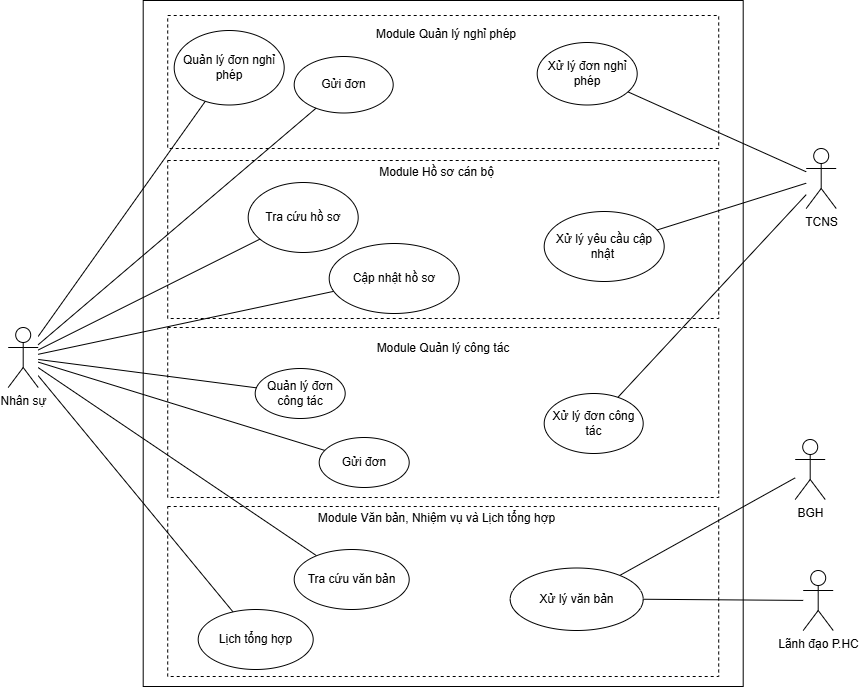
This is image/usecase/UC-TQ.drawio.png from xchinh/Report-DATN, a draw.io export, as it was before one commit. Source tidied: cells renumbered, new cells last; positions are measured from the earlier drawing's top-left corner, leaving out a move shared by most shapes. Its diagram source:
```xml
<mxGraphModel>
  <root>
    <mxCell id="0" />
    <mxCell id="1" parent="0" />
    <mxCell id="2" style="rounded=0;whiteSpace=wrap;html=1;" parent="1" vertex="1">
      <mxGeometry x="135" width="600" height="686" as="geometry" />
    </mxCell>
    <mxCell id="3" value="TCNS" style="shape=umlActor;verticalLabelPosition=bottom;verticalAlign=top;html=1;" parent="1" vertex="1">
      <mxGeometry x="798" y="148" width="30" height="60" as="geometry" />
    </mxCell>
    <mxCell id="4" value="BGH" style="shape=umlActor;verticalLabelPosition=bottom;verticalAlign=top;html=1;outlineConnect=0;" parent="1" vertex="1">
      <mxGeometry x="787" y="439" width="30" height="60" as="geometry" />
    </mxCell>
    <mxCell id="5" value="Module Hồ sơ cán bộ" style="text;align=center;verticalAlign=middle;spacingLeft=3;spacingRight=3;html=1;" parent="1" vertex="1">
      <mxGeometry x="315" y="160" width="227" height="23" as="geometry" />
    </mxCell>
    <mxCell id="6" value="Module Văn bản, Nhiệm vụ và Lịch tổng hợp" style="text;html=1;align=center;verticalAlign=middle;" parent="1" vertex="1">
      <mxGeometry x="301" y="505" width="255" height="26" as="geometry" />
    </mxCell>
    <mxCell id="7" style="rounded=0;whiteSpace=wrap;html=1;fillColor=none;dashed=1;" parent="1" vertex="1">
      <mxGeometry x="159.5" y="15" width="551" height="133" as="geometry" />
    </mxCell>
    <mxCell id="8" value="Nhân sự" style="shape=umlActor;verticalLabelPosition=bottom;verticalAlign=top;html=1;outlineConnect=0;" parent="1" vertex="1">
      <mxGeometry y="327" width="30" height="60" as="geometry" />
    </mxCell>
    <mxCell id="9" value="Module Quản lý công tác" style="text;html=1;align=center;verticalAlign=middle;whiteSpace=wrap;rounded=0;" parent="1" vertex="1">
      <mxGeometry x="325" y="333" width="220" height="30" as="geometry" />
    </mxCell>
    <mxCell id="10" value="Xử lý đơn nghỉ phép" style="ellipse;whiteSpace=wrap;html=1;" parent="1" vertex="1">
      <mxGeometry x="529" y="42" width="100" height="62.5" as="geometry" />
    </mxCell>
    <mxCell id="11" value="Gửi đơn" style="ellipse;whiteSpace=wrap;html=1;" parent="1" vertex="1">
      <mxGeometry x="286" y="56" width="99" height="56.5" as="geometry" />
    </mxCell>
    <mxCell id="12" value="Quản lý đơn nghỉ phép" style="ellipse;whiteSpace=wrap;html=1;" parent="1" vertex="1">
      <mxGeometry x="166" y="30" width="110" height="74.5" as="geometry" />
    </mxCell>
    <mxCell id="13" value="Xử lý đơn công tác" style="ellipse;whiteSpace=wrap;html=1;" parent="1" vertex="1">
      <mxGeometry x="536" y="393" width="99" height="60" as="geometry" />
    </mxCell>
    <mxCell id="14" value="Quản lý đơn công tác" style="ellipse;whiteSpace=wrap;html=1;" parent="1" vertex="1">
      <mxGeometry x="247" y="368" width="90" height="50" as="geometry" />
    </mxCell>
    <mxCell id="15" style="rounded=0;whiteSpace=wrap;html=1;fillColor=none;dashed=1;" parent="1" vertex="1">
      <mxGeometry x="159.5" y="160" width="551" height="158" as="geometry" />
    </mxCell>
    <mxCell id="16" value="Tra cứu hồ sơ" style="ellipse;whiteSpace=wrap;html=1;" parent="1" vertex="1">
      <mxGeometry x="240" y="182" width="110" height="70" as="geometry" />
    </mxCell>
    <mxCell id="17" value="Cập nhật hồ sơ" style="ellipse;whiteSpace=wrap;html=1;" parent="1" vertex="1">
      <mxGeometry x="321" y="243" width="130" height="70" as="geometry" />
    </mxCell>
    <mxCell id="18" value="Xử lý yêu cầu cập nhật " style="ellipse;whiteSpace=wrap;html=1;" parent="1" vertex="1">
      <mxGeometry x="536" y="211" width="120" height="70" as="geometry" />
    </mxCell>
    <mxCell id="19" style="endArrow=none;html=1;rounded=0;" parent="1" edge="1" source="8" target="12">
      <mxGeometry relative="1" as="geometry" />
    </mxCell>
    <mxCell id="20" style="endArrow=none;html=1;rounded=0;" parent="1" edge="1" source="8" target="11">
      <mxGeometry relative="1" as="geometry" />
    </mxCell>
    <mxCell id="21" style="endArrow=none;html=1;rounded=0;" parent="1" edge="1" source="8" target="16">
      <mxGeometry relative="1" as="geometry" />
    </mxCell>
    <mxCell id="22" value="Module Quản lý nghỉ phép" style="text;html=1;align=center;verticalAlign=middle;whiteSpace=wrap;rounded=0;" parent="1" vertex="1">
      <mxGeometry x="328" y="19" width="220" height="30" as="geometry" />
    </mxCell>
    <mxCell id="23" style="endArrow=none;html=1;rounded=0;" parent="1" edge="1" source="8" target="17">
      <mxGeometry relative="1" as="geometry" />
    </mxCell>
    <mxCell id="24" style="endArrow=none;html=1;rounded=0;" parent="1" edge="1" source="8" target="14">
      <mxGeometry relative="1" as="geometry" />
    </mxCell>
    <mxCell id="25" style="endArrow=none;html=1;rounded=0;" parent="1" edge="1" source="8" target="36">
      <mxGeometry relative="1" as="geometry" />
    </mxCell>
    <mxCell id="26" style="endArrow=none;html=1;rounded=0;" parent="1" edge="1" source="8" target="37">
      <mxGeometry relative="1" as="geometry" />
    </mxCell>
    <mxCell id="27" value="Lãnh đạo P.HC" style="shape=umlActor;verticalLabelPosition=bottom;verticalAlign=top;html=1;outlineConnect=0;" parent="1" vertex="1">
      <mxGeometry x="795" y="570" width="30" height="60" as="geometry" />
    </mxCell>
    <mxCell id="28" style="endArrow=none;html=1;rounded=0;" parent="1" edge="1" source="8" target="39">
      <mxGeometry relative="1" as="geometry" />
    </mxCell>
    <mxCell id="29" style="endArrow=none;html=1;rounded=0;" parent="1" edge="1" source="10" target="3">
      <mxGeometry relative="1" as="geometry" />
    </mxCell>
    <mxCell id="30" style="endArrow=none;html=1;rounded=0;" parent="1" edge="1" source="18" target="3">
      <mxGeometry relative="1" as="geometry" />
    </mxCell>
    <mxCell id="31" style="endArrow=none;html=1;rounded=0;" parent="1" edge="1" source="13" target="3">
      <mxGeometry relative="1" as="geometry" />
    </mxCell>
    <mxCell id="32" style="endArrow=none;html=1;rounded=0;" parent="1" edge="1" source="38" target="4">
      <mxGeometry relative="1" as="geometry" />
    </mxCell>
    <mxCell id="33" style="endArrow=none;html=1;rounded=0;" parent="1" edge="1" source="38" target="27">
      <mxGeometry relative="1" as="geometry" />
    </mxCell>
    <mxCell id="34" style="rounded=0;whiteSpace=wrap;html=1;fillColor=none;dashed=1;" parent="1" vertex="1">
      <mxGeometry x="159.5" y="506" width="551" height="170" as="geometry" />
    </mxCell>
    <mxCell id="35" style="rounded=0;whiteSpace=wrap;html=1;fillColor=none;dashed=1;" parent="1" vertex="1">
      <mxGeometry x="159.5" y="327" width="551" height="170" as="geometry" />
    </mxCell>
    <mxCell id="36" value="Gửi đơn" style="ellipse;whiteSpace=wrap;html=1;" parent="1" vertex="1">
      <mxGeometry x="311" y="437" width="90" height="50" as="geometry" />
    </mxCell>
    <mxCell id="37" value="Tra cứu văn bản" style="ellipse;whiteSpace=wrap;html=1;" parent="1" vertex="1">
      <mxGeometry x="286" y="549" width="115" height="60" as="geometry" />
    </mxCell>
    <mxCell id="38" value="Xử lý văn bản" style="ellipse;whiteSpace=wrap;html=1;" parent="1" vertex="1">
      <mxGeometry x="502" y="567.5" width="133" height="62.5" as="geometry" />
    </mxCell>
    <mxCell id="39" value="Lịch tổng hợp" style="ellipse;whiteSpace=wrap;html=1;" parent="1" vertex="1">
      <mxGeometry x="190" y="609" width="115" height="60" as="geometry" />
    </mxCell>
  </root>
</mxGraphModel>
```
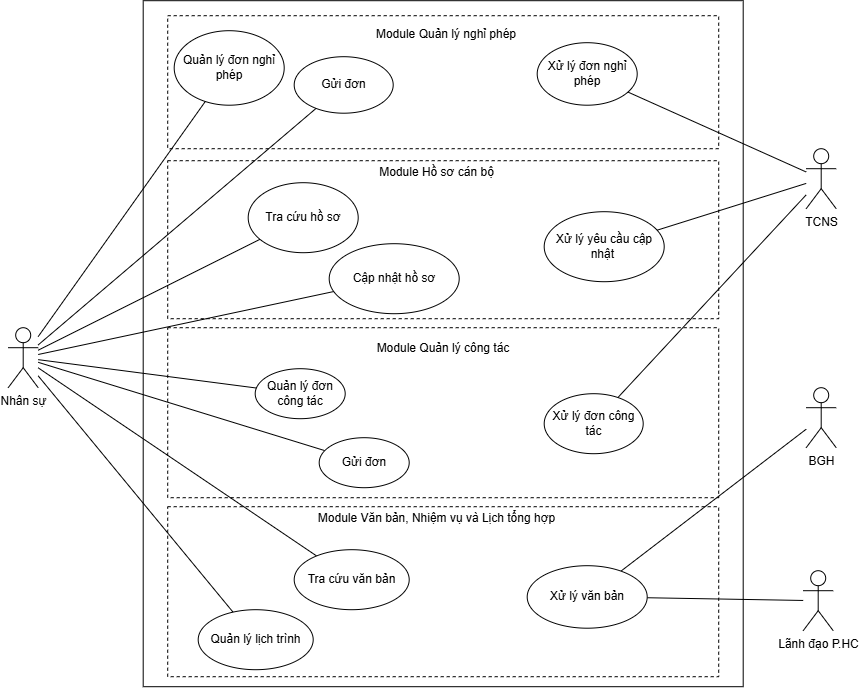
After the commit.

What changed in the source:
```diff
@@ -9,7 +9,7 @@
       <mxGeometry x="798" y="148" width="30" height="60" as="geometry" />
     </mxCell>
     <mxCell id="4" value="BGH" style="shape=umlActor;verticalLabelPosition=bottom;verticalAlign=top;html=1;outlineConnect=0;" parent="1" vertex="1">
-      <mxGeometry x="787" y="439" width="30" height="60" as="geometry" />
+      <mxGeometry x="798" y="387" width="30" height="60" as="geometry" />
     </mxCell>
     <mxCell id="5" value="Module Hồ sơ cán bộ" style="text;align=center;verticalAlign=middle;spacingLeft=3;spacingRight=3;html=1;" parent="1" vertex="1">
       <mxGeometry x="315" y="160" width="227" height="23" as="geometry" />
@@ -111,9 +111,9 @@
       <mxGeometry x="286" y="549" width="115" height="60" as="geometry" />
     </mxCell>
     <mxCell id="38" value="Xử lý văn bản" style="ellipse;whiteSpace=wrap;html=1;" parent="1" vertex="1">
-      <mxGeometry x="502" y="567.5" width="133" height="62.5" as="geometry" />
+      <mxGeometry x="519" y="565" width="120" height="62.5" as="geometry" />
     </mxCell>
-    <mxCell id="39" value="Lịch tổng hợp" style="ellipse;whiteSpace=wrap;html=1;" parent="1" vertex="1">
+    <mxCell id="39" value="Quản lý lịch trình" style="ellipse;whiteSpace=wrap;html=1;" parent="1" vertex="1">
       <mxGeometry x="190" y="609" width="115" height="60" as="geometry" />
     </mxCell>
   </root>
```
